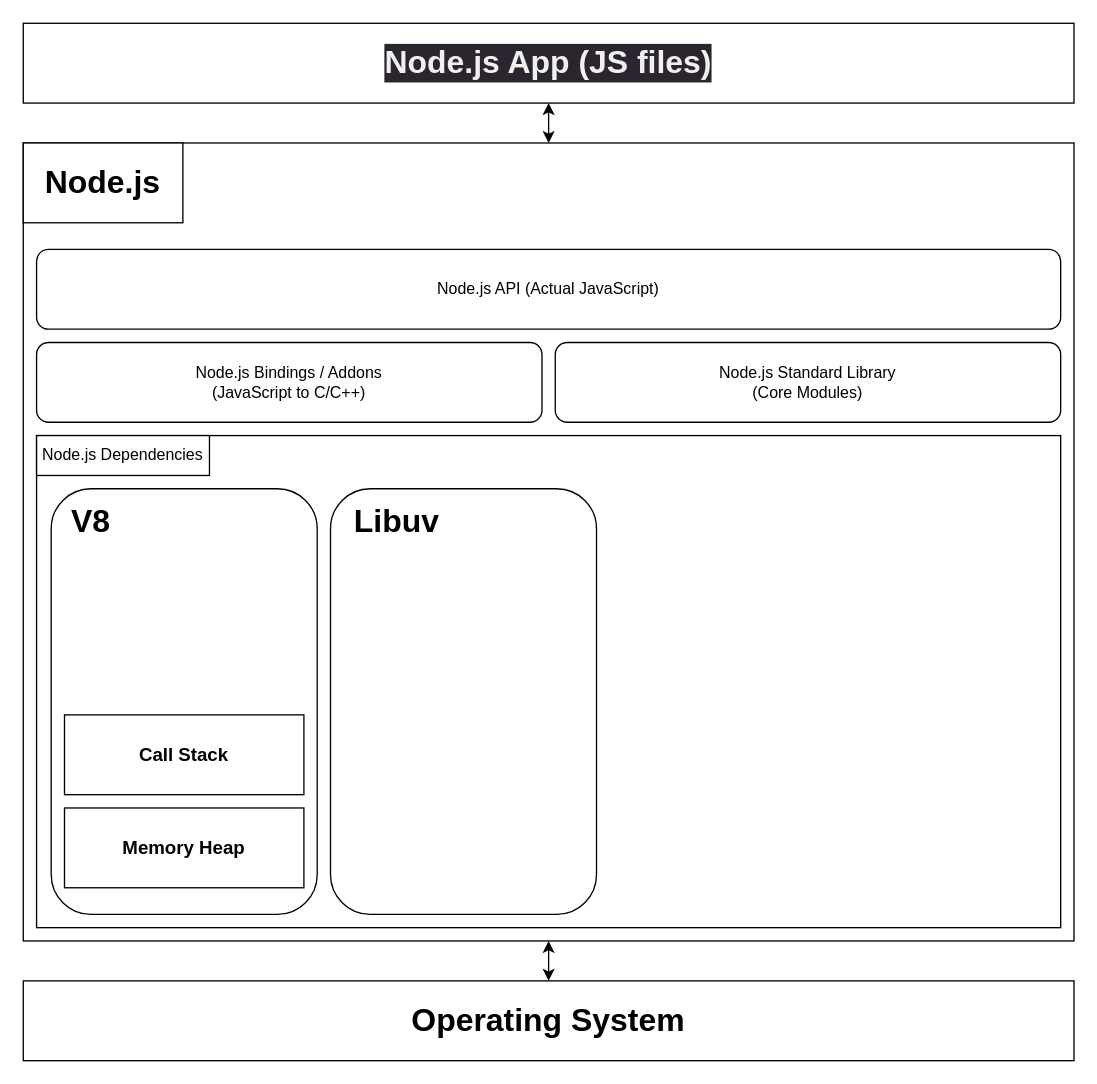
Kevinoob-design/drawio keeps this draw.io diagram as NodeJs.drawio. Above is the earlier version. Source tidied: cells renumbered, new cells numbered last; positions are measured from the earlier drawing's top-left corner, leaving out a move shared by most shapes. Both pictures are drawn from the tidied source at 133%, with x=0, y=0 at pixel (23, 23).
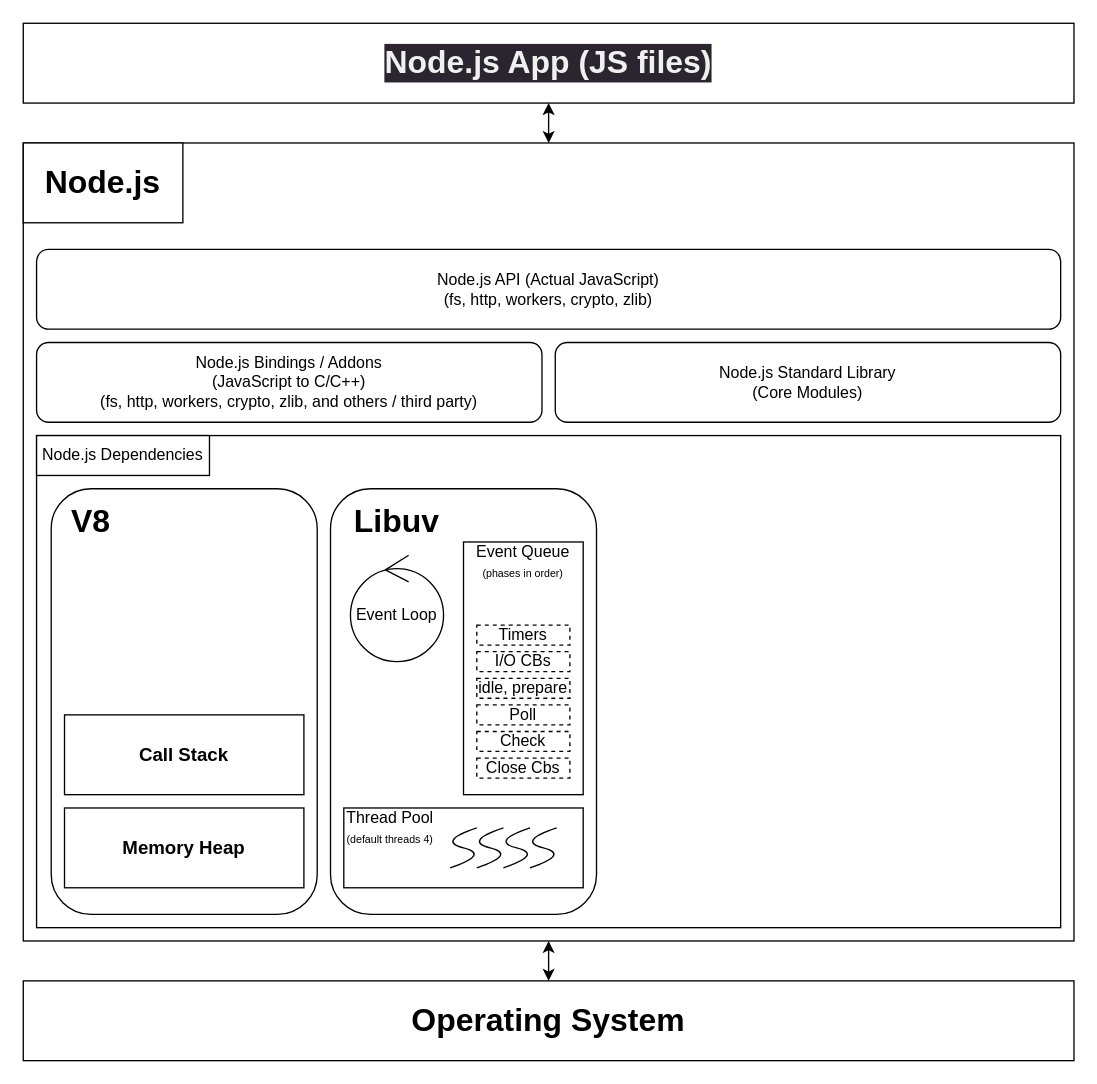
Above is the later version.

Commit message:
Added overview details of v8 and libuv

Unchanged cells that the change refers to:
```xml
<mxCell id="3" style="group;" parent="1" vertex="1">
  <mxGeometry y="90" width="790" height="600" as="geometry" />
</mxCell>
```

What changed in the source:
```diff
@@
-    <mxCell id="7" value="Node.js Bindings / Addons&lt;br&gt;(JavaScript to C/C++)" style="rounded=1;whiteSpace=wrap;html=1;" parent="3" vertex="1">
+    <mxCell id="7" value="Node.js Bindings / Addons&lt;br&gt;(JavaScript to C/C++)&lt;br&gt;(fs, http, workers, crypto, zlib, and others / third party)" style="rounded=1;whiteSpace=wrap;html=1;" parent="3" vertex="1">
       <mxGeometry x="10" y="150" width="380" height="60" as="geometry" />
     </mxCell>
-    <mxCell id="8" value="Node.js API (Actual JavaScript)" style="rounded=1;whiteSpace=wrap;html=1;" parent="3" vertex="1">
+    <mxCell id="8" value="Node.js API (Actual JavaScript)&lt;br&gt;(fs, http, workers, crypto, zlib)" style="rounded=1;whiteSpace=wrap;html=1;" parent="3" vertex="1">
       <mxGeometry x="10" y="80" width="770" height="60" as="geometry" />
     </mxCell>
@@
+    <mxCell id="20" value="Event Loop" style="ellipse;shape=umlControl;whiteSpace=wrap;html=1;" parent="1" vertex="1">
+      <mxGeometry x="246" y="400" width="70" height="80" as="geometry" />
+    </mxCell>
+    <mxCell id="21" style="rounded=0;whiteSpace=wrap;html=1;fillStyle=auto;" parent="1" vertex="1">
+      <mxGeometry x="331" y="390" width="90" height="190" as="geometry" />
+    </mxCell>
+    <mxCell id="22" value="Event Queue&lt;br&gt;&lt;font style=&quot;font-size: 8px;&quot;&gt;(phases in order)&lt;/font&gt;" style="text;html=1;strokeColor=none;fillColor=none;align=center;verticalAlign=middle;whiteSpace=wrap;rounded=0;" parent="1" vertex="1">
+      <mxGeometry x="331" y="390" width="90" height="30" as="geometry" />
+    </mxCell>
+    <mxCell id="23" value="Timers" style="rounded=0;whiteSpace=wrap;html=1;dashed=1;" parent="1" vertex="1">
+      <mxGeometry x="341" y="452.5" width="70" height="15" as="geometry" />
+    </mxCell>
+    <mxCell id="24" style="group;" parent="1" vertex="1">
+      <mxGeometry x="236" y="590" width="185" height="60" as="geometry" />
+    </mxCell>
+    <mxCell id="25" style="rounded=0;whiteSpace=wrap;html=1;" parent="24" vertex="1">
+      <mxGeometry x="5" width="180" height="60" as="geometry" />
+    </mxCell>
+    <mxCell id="26" style="curved=1;endArrow=none;html=1;rounded=0;arcSize=10;endSize=6;targetPerimeterSpacing=0;endFill=0;" parent="24" edge="1">
+      <mxGeometry relative="1" as="geometry">
+        <mxPoint x="85" y="45" as="sourcePoint" />
+        <mxPoint x="105" y="15" as="targetPoint" />
+        <Array as="points">
+          <mxPoint x="115" y="35" />
+          <mxPoint x="75" y="25" />
+        </Array>
+      </mxGeometry>
+    </mxCell>
+    <mxCell id="27" value="Thread Pool&lt;br&gt;&lt;font style=&quot;font-size: 8px;&quot;&gt;(default threads 4)&lt;/font&gt;" style="text;html=1;strokeColor=none;fillColor=none;align=center;verticalAlign=middle;whiteSpace=wrap;rounded=0;" parent="24" vertex="1">
+      <mxGeometry width="80" height="30" as="geometry" />
+    </mxCell>
+    <mxCell id="28" style="curved=1;endArrow=none;html=1;rounded=0;arcSize=10;endSize=6;targetPerimeterSpacing=0;endFill=0;" parent="24" edge="1">
+      <mxGeometry relative="1" as="geometry">
+        <mxPoint x="105" y="45" as="sourcePoint" />
+        <mxPoint x="125" y="15" as="targetPoint" />
+        <Array as="points">
+          <mxPoint x="135" y="35" />
+          <mxPoint x="95" y="25" />
+        </Array>
+      </mxGeometry>
+    </mxCell>
+    <mxCell id="29" style="curved=1;endArrow=none;html=1;rounded=0;arcSize=10;endSize=6;targetPerimeterSpacing=0;endFill=0;" parent="24" edge="1">
+      <mxGeometry relative="1" as="geometry">
+        <mxPoint x="125" y="45" as="sourcePoint" />
+        <mxPoint x="145" y="15" as="targetPoint" />
+        <Array as="points">
+          <mxPoint x="155" y="35" />
+          <mxPoint x="115" y="25" />
+        </Array>
+      </mxGeometry>
+    </mxCell>
+    <mxCell id="30" style="curved=1;endArrow=none;html=1;rounded=0;arcSize=10;endSize=6;targetPerimeterSpacing=0;endFill=0;" parent="24" edge="1">
+      <mxGeometry relative="1" as="geometry">
+        <mxPoint x="145" y="45" as="sourcePoint" />
+        <mxPoint x="165" y="15" as="targetPoint" />
+        <Array as="points">
+          <mxPoint x="175" y="35" />
+          <mxPoint x="135" y="25" />
+        </Array>
+      </mxGeometry>
+    </mxCell>
+    <mxCell id="31" value="I/O CBs" style="rounded=0;whiteSpace=wrap;html=1;dashed=1;" parent="1" vertex="1">
+      <mxGeometry x="341" y="472.5" width="70" height="15" as="geometry" />
+    </mxCell>
+    <mxCell id="32" value="idle, prepare" style="rounded=0;whiteSpace=wrap;html=1;dashed=1;" parent="1" vertex="1">
+      <mxGeometry x="341" y="492.5" width="70" height="15" as="geometry" />
+    </mxCell>
+    <mxCell id="33" value="Poll" style="rounded=0;whiteSpace=wrap;html=1;dashed=1;" parent="1" vertex="1">
+      <mxGeometry x="341" y="512.5" width="70" height="15" as="geometry" />
+    </mxCell>
+    <mxCell id="34" value="Check" style="rounded=0;whiteSpace=wrap;html=1;dashed=1;" parent="1" vertex="1">
+      <mxGeometry x="341" y="532.5" width="70" height="15" as="geometry" />
+    </mxCell>
+    <mxCell id="35" value="Close Cbs" style="rounded=0;whiteSpace=wrap;html=1;dashed=1;" parent="1" vertex="1">
+      <mxGeometry x="341" y="552.5" width="70" height="15" as="geometry" />
+    </mxCell>
```
